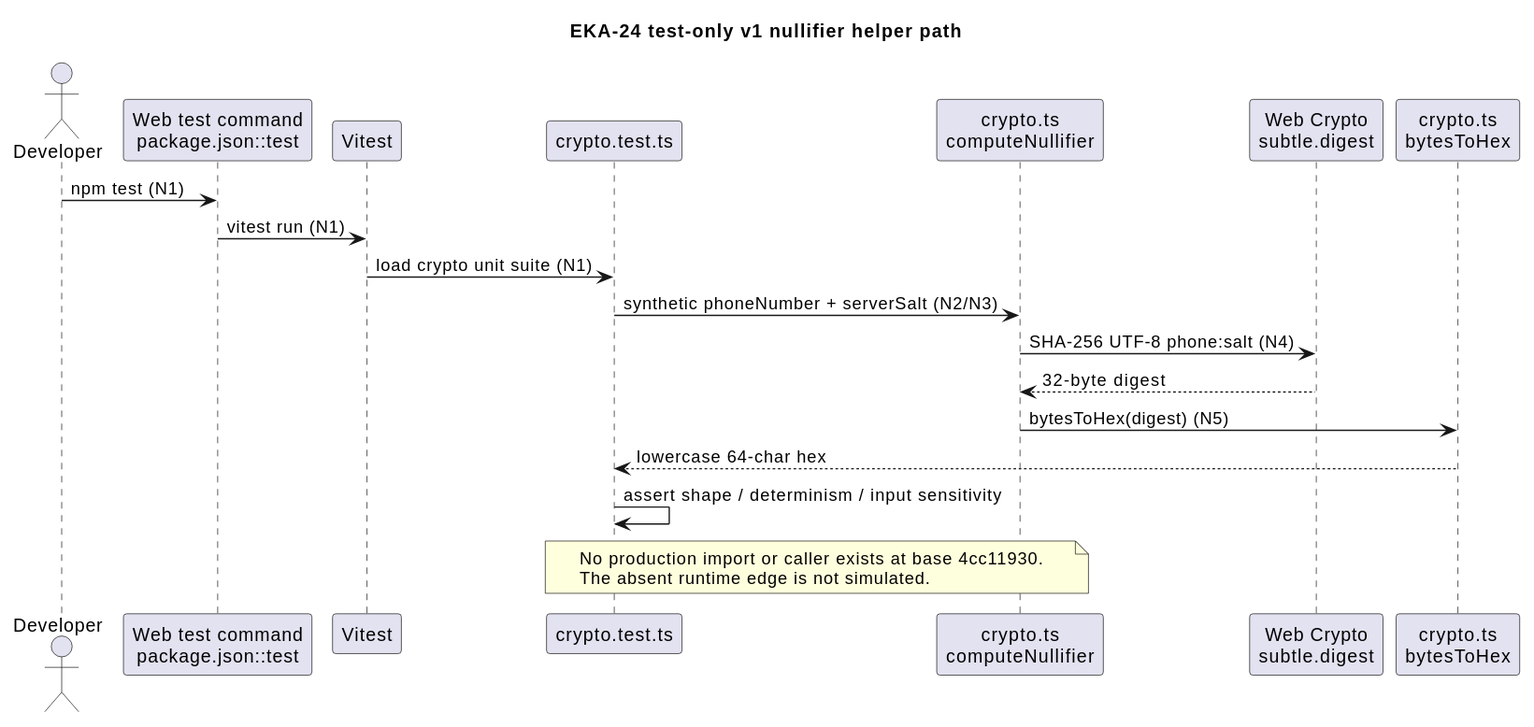
This is docs/architecture/main-path_001.svg from NeaBouli/pnyx, a PlantUML export, as it was before one commit.
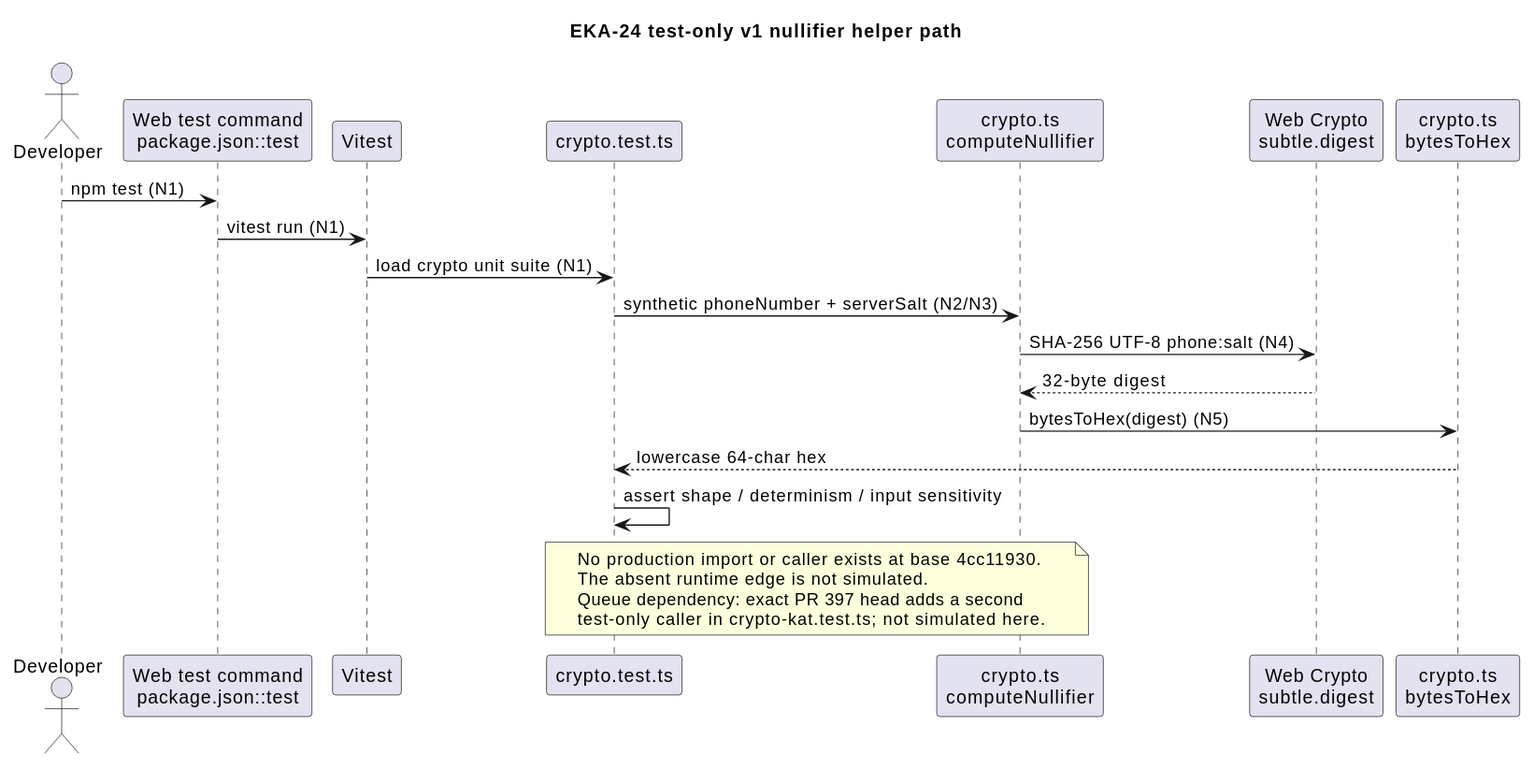
After the commit.

Commit message:
docs(architecture): record EKA-24 dependency on PR 397

Diff of the diagram source:
```diff
@@ -23,5 +23,7 @@
 note over TESTS,HELPER
   No production import or caller exists at base 4cc11930.
   The absent runtime edge is not simulated.
+  Queue dependency: exact PR 397 head adds a second
+  test-only caller in crypto-kat.test.ts; not simulated here.
 end note
 @enduml
```
